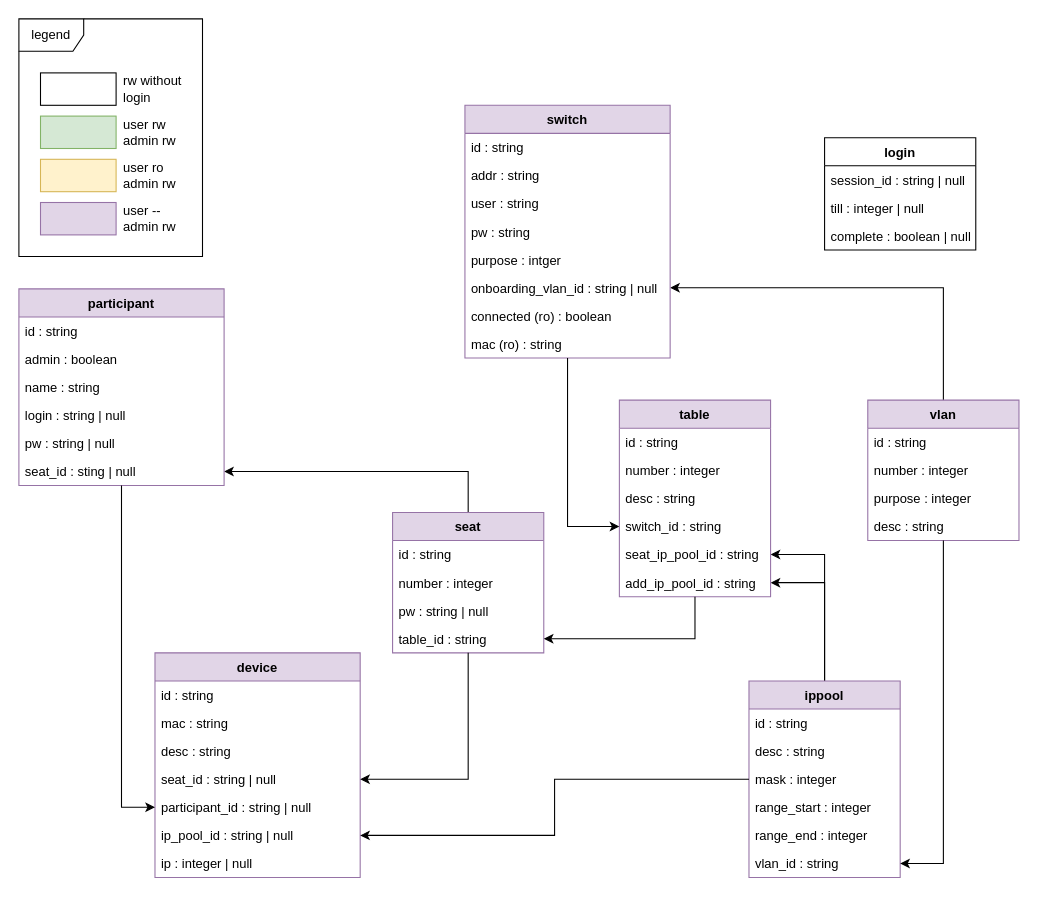
The draw.io diagram docs/api.drawio in nils-ost/LanPartyOnboardingSystem, before the edit. Source tidied: cells renumbered, new cells numbered last; positions are measured from the earlier drawing's top-left corner, leaving out a move shared by most shapes. Both pictures are drawn from the tidied source at 108%, with x=0, y=0 at pixel (18, 18).
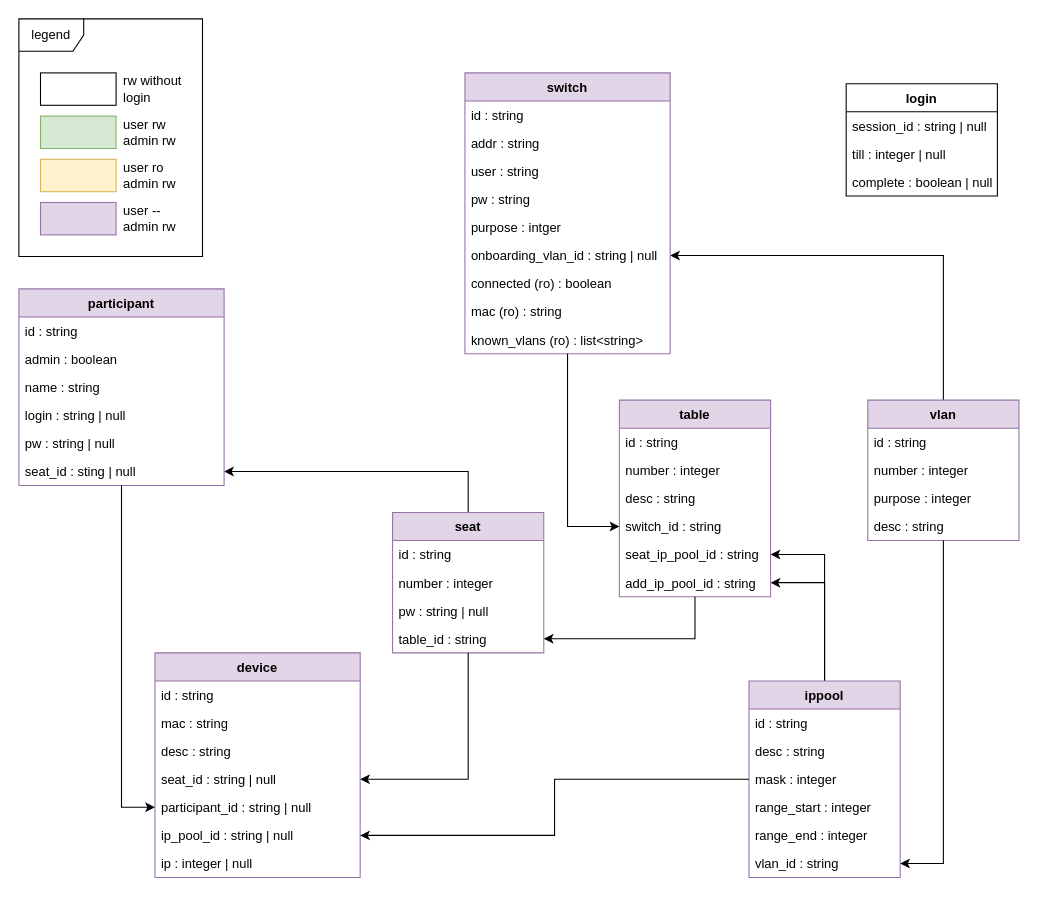
After the change.

Commit message (it also covers changes not shown here):
configured vlans on switches are now reflected in Switch element and in frontend

Change to the diagram source:
```diff
@@
     <mxCell id="2" value="login" style="swimlane;fontStyle=1;horizontal=1;startSize=26;fillColor=none;" parent="1" vertex="1">
-      <mxGeometry x="746" y="110" width="140" height="104" as="geometry" />
+      <mxGeometry x="766" y="60" width="140" height="104" as="geometry" />
     </mxCell>
@@
     <mxCell id="29" value="switch" style="swimlane;fontStyle=1;horizontal=1;startSize=26;fillColor=#e1d5e7;strokeColor=#9673a6;" parent="1" vertex="1">
-      <mxGeometry x="413" y="80" width="190" height="234" as="geometry" />
+      <mxGeometry x="413" y="50" width="190" height="260" as="geometry" />
     </mxCell>
@@
+    <mxCell id="70" value="known_vlans (ro) : list&lt;string&gt;" style="text;strokeColor=none;fillColor=none;align=left;verticalAlign=top;spacingLeft=4;spacingRight=4;overflow=hidden;" parent="29" vertex="1">
+      <mxGeometry y="234" width="190" height="26" as="geometry" />
+    </mxCell>
```
